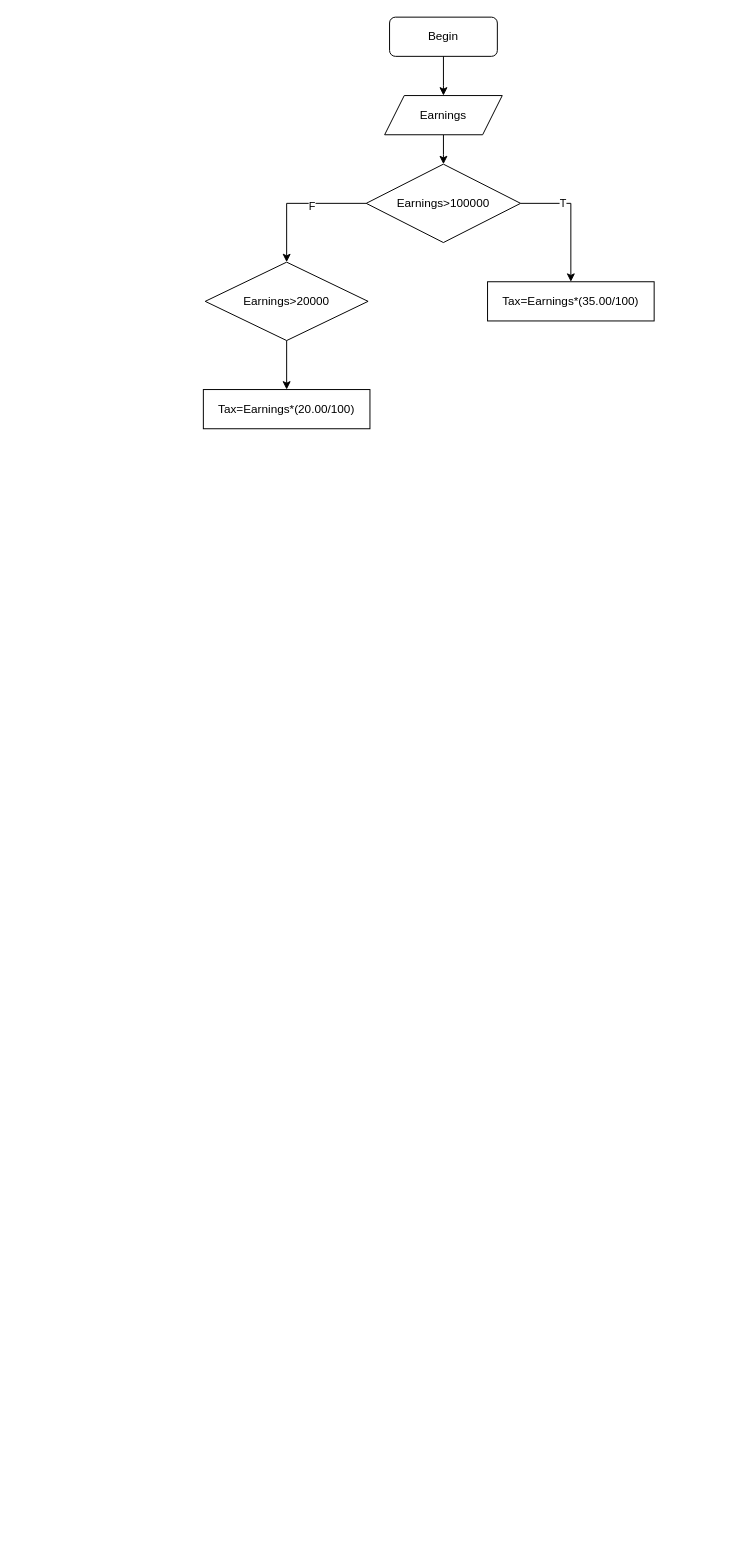
The draw.io diagram Assignment 5-Diagram.drawio in meetweb/web.github.io, before the edit. Source tidied: cells renumbered, new cells numbered last; positions are measured from the earlier drawing's top-left corner, leaving out a move shared by most shapes. Both pictures are drawn from the tidied source at 98%, with x=0, y=0 at pixel (203, 17).
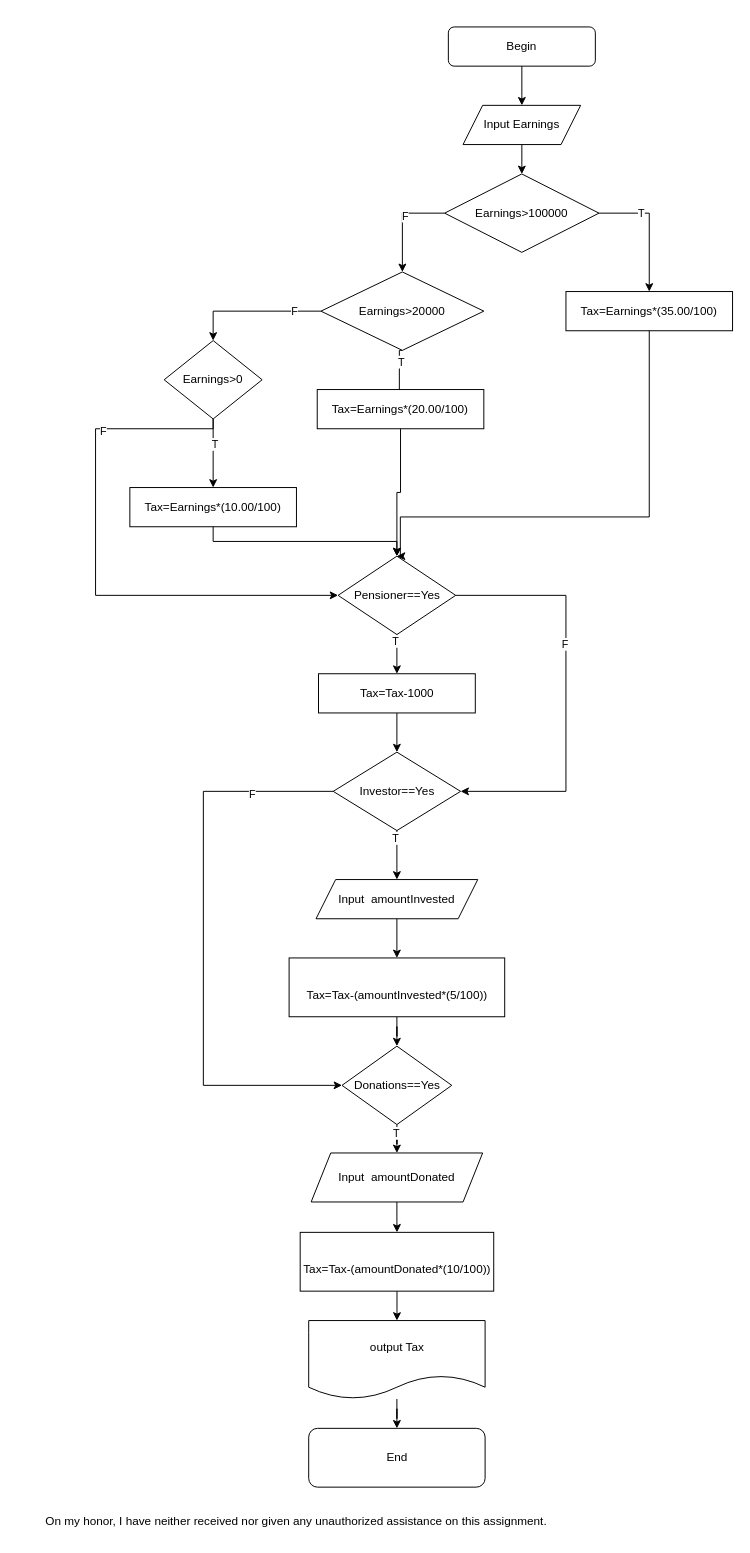
Above is the later version.

Change to the diagram source:
```diff
@@
     <mxCell id="2" value="Begin" style="rounded=1;whiteSpace=wrap;html=1;" parent="1" vertex="1">
-      <mxGeometry x="190" width="110" height="40" as="geometry" />
+      <mxGeometry x="250" y="10" width="150" height="40" as="geometry" />
     </mxCell>
@@
-    <mxCell id="4" value="&lt;span&gt;Earnings&lt;/span&gt;" style="shape=parallelogram;perimeter=parallelogramPerimeter;whiteSpace=wrap;html=1;fixedSize=1;" parent="1" vertex="1">
-      <mxGeometry x="185" y="80" width="120" height="40" as="geometry" />
+    <mxCell id="4" value="&lt;span&gt;Input Earnings&lt;/span&gt;" style="shape=parallelogram;perimeter=parallelogramPerimeter;whiteSpace=wrap;html=1;fixedSize=1;" parent="1" vertex="1">
+      <mxGeometry x="265" y="90" width="120" height="40" as="geometry" />
     </mxCell>
     <mxCell id="5" style="endArrow=classic;html=1;rounded=0;edgeStyle=orthogonalEdgeStyle;entryX=0.5;entryY=0;entryDx=0;entryDy=0;" parent="1" edge="1" source="2" target="4">
       <mxGeometry relative="1" as="geometry">
         <Array as="points">
-          <mxPoint x="245" y="70" />
-          <mxPoint x="245" y="70" />
+          <mxPoint x="325" y="80" />
+          <mxPoint x="325" y="80" />
         </Array>
       </mxGeometry>
     </mxCell>
@@
     <mxCell id="8" value="&lt;span&gt;Earnings&amp;gt;100000&lt;/span&gt;" style="rhombus;whiteSpace=wrap;html=1;" parent="1" vertex="1">
-      <mxGeometry x="166.2" y="150" width="157.5" height="80" as="geometry" />
+      <mxGeometry x="246.2" y="160" width="157.5" height="80" as="geometry" />
     </mxCell>
     <mxCell id="9" value="Tax=Earnings*(35.00/100)" style="rounded=0;whiteSpace=wrap;html=1;" parent="1" vertex="1">
-      <mxGeometry x="290" y="270" width="170" height="40" as="geometry" />
+      <mxGeometry x="370" y="280" width="170" height="40" as="geometry" />
     </mxCell>
-    <mxCell id="10" style="edgeStyle=orthogonalEdgeStyle;rounded=0;jettySize=auto;html=1;" parent="1" edge="1" source="11" target="14">
-      <mxGeometry relative="1" as="geometry" />
+    <mxCell id="10" style="edgeStyle=orthogonalEdgeStyle;rounded=0;jettySize=auto;html=1;exitX=0.5;exitY=1;exitDx=0;exitDy=0;entryX=0.5;entryY=0;entryDx=0;entryDy=0;" parent="1" edge="1" source="11" target="14">
+      <mxGeometry relative="1" as="geometry">
+        <Array as="points">
+          <mxPoint x="200" y="340" />
+          <mxPoint x="200" y="400" />
+        </Array>
+      </mxGeometry>
     </mxCell>
+    <mxCell id="15" value="T" style="edgeLabel;html=1;align=center;verticalAlign=middle;" parent="10" vertex="1">
+      <mxGeometry x="-0.65" y="1" relative="1" as="geometry" />
+    </mxCell>
     <mxCell id="11" value="&lt;span&gt;Earnings&amp;gt;20000&lt;/span&gt;" style="rhombus;whiteSpace=wrap;html=1;" parent="1" vertex="1">
-      <mxGeometry x="1.9" y="250" width="166.2" height="80" as="geometry" />
+      <mxGeometry x="120" y="260" width="166.2" height="80" as="geometry" />
     </mxCell>
@@
     <mxCell id="14" value="Tax=Earnings*(20.00/100)" style="rounded=0;whiteSpace=wrap;html=1;" parent="1" vertex="1">
-      <mxGeometry y="380" width="170" height="40" as="geometry" />
+      <mxGeometry x="116.2" y="380" width="170" height="40" as="geometry" />
     </mxCell>
+    <mxCell id="16" style="edgeStyle=orthogonalEdgeStyle;rounded=0;jettySize=auto;html=1;" parent="1" edge="1" source="18" target="21">
+      <mxGeometry relative="1" as="geometry" />
+    </mxCell>
+    <mxCell id="17" value="T" style="edgeLabel;html=1;align=center;verticalAlign=middle;" parent="16" vertex="1">
+      <mxGeometry x="-0.28" y="1" relative="1" as="geometry" />
+    </mxCell>
+    <mxCell id="18" value="&lt;span&gt;Earnings&amp;gt;0&lt;/span&gt;" style="rhombus;whiteSpace=wrap;html=1;" parent="1" vertex="1">
+      <mxGeometry x="-40" y="330" width="100" height="80" as="geometry" />
+    </mxCell>
+    <mxCell id="19" style="endArrow=classic;html=1;rounded=0;edgeStyle=orthogonalEdgeStyle;entryX=0.5;entryY=0;entryDx=0;entryDy=0;exitX=0;exitY=0.5;exitDx=0;exitDy=0;" parent="1" edge="1" source="11" target="18">
+      <mxGeometry relative="1" as="geometry" />
+    </mxCell>
+    <mxCell id="20" value="F" style="edgeLabel;html=1;align=center;verticalAlign=middle;" parent="19" vertex="1">
+      <mxGeometry x="-0.6" y="-1" relative="1" as="geometry" />
+    </mxCell>
+    <mxCell id="21" value="Tax=Earnings*(10.00/100)" style="rounded=0;whiteSpace=wrap;html=1;" parent="1" vertex="1">
+      <mxGeometry x="-75" y="480" width="170" height="40" as="geometry" />
+    </mxCell>
+    <mxCell id="22" style="edgeStyle=orthogonalEdgeStyle;rounded=0;jettySize=auto;html=1;" parent="1" edge="1" source="24" target="31">
+      <mxGeometry relative="1" as="geometry" />
+    </mxCell>
+    <mxCell id="23" value="T" style="edgeLabel;html=1;align=center;verticalAlign=middle;" parent="22" vertex="1">
+      <mxGeometry x="-0.72" y="-2" relative="1" as="geometry" />
+    </mxCell>
+    <mxCell id="24" value="Pensioner==Yes" style="rhombus;whiteSpace=wrap;html=1;" parent="1" vertex="1">
+      <mxGeometry x="137.5" y="550" width="120" height="80" as="geometry" />
+    </mxCell>
+    <mxCell id="25" style="endArrow=classic;html=1;rounded=0;edgeStyle=orthogonalEdgeStyle;exitX=0.5;exitY=1;exitDx=0;exitDy=0;entryX=0.5;entryY=0;entryDx=0;entryDy=0;" parent="1" edge="1" source="21" target="24">
+      <mxGeometry relative="1" as="geometry" />
+    </mxCell>
+    <mxCell id="26" style="endArrow=classic;html=1;rounded=0;edgeStyle=orthogonalEdgeStyle;exitX=0.5;exitY=1;exitDx=0;exitDy=0;entryX=0.5;entryY=0;entryDx=0;entryDy=0;" parent="1" edge="1" source="9" target="24">
+      <mxGeometry relative="1" as="geometry">
+        <Array as="points">
+          <mxPoint x="455" y="510" />
+          <mxPoint x="201" y="510" />
+          <mxPoint x="201" y="550" />
+        </Array>
+      </mxGeometry>
+    </mxCell>
+    <mxCell id="27" style="endArrow=classic;html=1;rounded=0;edgeStyle=orthogonalEdgeStyle;exitX=0.5;exitY=1;exitDx=0;exitDy=0;entryX=0.5;entryY=0;entryDx=0;entryDy=0;" parent="1" edge="1" source="14" target="24">
+      <mxGeometry relative="1" as="geometry" />
+    </mxCell>
+    <mxCell id="28" style="endArrow=classic;html=1;rounded=0;edgeStyle=orthogonalEdgeStyle;entryX=0;entryY=0.5;entryDx=0;entryDy=0;" parent="1" edge="1" source="18" target="24">
+      <mxGeometry relative="1" as="geometry">
+        <Array as="points">
+          <mxPoint x="10" y="420" />
+          <mxPoint x="-110" y="420" />
+          <mxPoint x="-110" y="590" />
+        </Array>
+      </mxGeometry>
+    </mxCell>
+    <mxCell id="29" value="F" style="edgeLabel;html=1;align=center;verticalAlign=middle;" parent="28" vertex="1">
+      <mxGeometry x="-0.55" y="2" relative="1" as="geometry" />
+    </mxCell>
+    <mxCell id="30" style="edgeStyle=orthogonalEdgeStyle;rounded=0;jettySize=auto;html=1;" parent="1" edge="1" source="31" target="32">
+      <mxGeometry relative="1" as="geometry" />
+    </mxCell>
+    <mxCell id="31" value="Tax=Tax-1000" style="rounded=0;whiteSpace=wrap;html=1;" parent="1" vertex="1">
+      <mxGeometry x="117.5" y="670" width="160" height="40" as="geometry" />
+    </mxCell>
+    <mxCell id="32" value="Investor==Yes" style="rhombus;whiteSpace=wrap;html=1;" parent="1" vertex="1">
+      <mxGeometry x="132.5" y="750" width="130" height="80" as="geometry" />
+    </mxCell>
+    <mxCell id="33" style="edgeStyle=orthogonalEdgeStyle;rounded=0;jettySize=auto;html=1;" parent="1" edge="1" source="34" target="41">
+      <mxGeometry relative="1" as="geometry" />
+    </mxCell>
+    <mxCell id="34" value="&lt;br&gt;Tax=Tax-(amountInvested*(5/100))" style="rounded=0;whiteSpace=wrap;html=1;" parent="1" vertex="1">
+      <mxGeometry x="87.5" y="960" width="220" height="60" as="geometry" />
+    </mxCell>
+    <mxCell id="35" style="edgeStyle=orthogonalEdgeStyle;rounded=0;jettySize=auto;html=1;" parent="1" edge="1" source="36" target="34">
+      <mxGeometry relative="1" as="geometry" />
+    </mxCell>
+    <mxCell id="36" value="Input&amp;nbsp;&amp;nbsp;amountInvested" style="shape=parallelogram;perimeter=parallelogramPerimeter;whiteSpace=wrap;html=1;fixedSize=1;" parent="1" vertex="1">
+      <mxGeometry x="115" y="880" width="165" height="40" as="geometry" />
+    </mxCell>
+    <mxCell id="37" style="endArrow=classic;html=1;rounded=0;edgeStyle=orthogonalEdgeStyle;exitX=0.5;exitY=1;exitDx=0;exitDy=0;" parent="1" edge="1" source="32" target="36">
+      <mxGeometry relative="1" as="geometry" />
+    </mxCell>
+    <mxCell id="38" value="T" style="edgeLabel;html=1;align=center;verticalAlign=middle;" parent="37" vertex="1">
+      <mxGeometry x="-0.74" y="-2" relative="1" as="geometry" />
+    </mxCell>
+    <mxCell id="39" style="edgeStyle=orthogonalEdgeStyle;rounded=0;jettySize=auto;html=1;" parent="1" edge="1" source="41" target="47">
+      <mxGeometry relative="1" as="geometry" />
+    </mxCell>
+    <mxCell id="40" value="T" style="edgeLabel;html=1;align=center;verticalAlign=middle;" parent="39" vertex="1">
+      <mxGeometry x="-0.68" y="-1" relative="1" as="geometry" />
+    </mxCell>
+    <mxCell id="41" value="Donations==Yes" style="rhombus;whiteSpace=wrap;html=1;" parent="1" vertex="1">
+      <mxGeometry x="141.5" y="1050" width="112" height="80" as="geometry" />
+    </mxCell>
+    <mxCell id="42" style="endArrow=classic;html=1;rounded=0;edgeStyle=orthogonalEdgeStyle;exitX=1;exitY=0.5;exitDx=0;exitDy=0;entryX=1;entryY=0.5;entryDx=0;entryDy=0;" parent="1" edge="1" source="24" target="32">
+      <mxGeometry relative="1" as="geometry">
+        <Array as="points">
+          <mxPoint x="370" y="590" />
+          <mxPoint x="370" y="790" />
+        </Array>
+      </mxGeometry>
+    </mxCell>
+    <mxCell id="43" value="F" style="edgeLabel;html=1;align=center;verticalAlign=middle;" parent="42" vertex="1">
+      <mxGeometry x="-0.23" y="-2" relative="1" as="geometry" />
+    </mxCell>
+    <mxCell id="44" style="endArrow=classic;html=1;rounded=0;edgeStyle=orthogonalEdgeStyle;exitX=0;exitY=0.5;exitDx=0;exitDy=0;entryX=0;entryY=0.5;entryDx=0;entryDy=0;" parent="1" edge="1" source="32" target="41">
+      <mxGeometry relative="1" as="geometry">
+        <Array as="points">
+          <mxPoint y="790" />
+          <mxPoint y="1090" />
+        </Array>
+      </mxGeometry>
+    </mxCell>
+    <mxCell id="45" value="F" style="edgeLabel;html=1;align=center;verticalAlign=middle;" parent="44" vertex="1">
+      <mxGeometry x="-0.71" y="2" relative="1" as="geometry" />
+    </mxCell>
+    <mxCell id="46" style="edgeStyle=orthogonalEdgeStyle;rounded=0;jettySize=auto;html=1;" parent="1" edge="1" source="47" target="49">
+      <mxGeometry relative="1" as="geometry" />
+    </mxCell>
+    <mxCell id="47" value="Input&amp;nbsp;&amp;nbsp;amountDonated" style="shape=parallelogram;perimeter=parallelogramPerimeter;whiteSpace=wrap;html=1;fixedSize=1;" parent="1" vertex="1">
+      <mxGeometry x="110" y="1159" width="175" height="50" as="geometry" />
+    </mxCell>
+    <mxCell id="48" style="edgeStyle=orthogonalEdgeStyle;rounded=0;jettySize=auto;html=1;" parent="1" edge="1" source="49" target="51">
+      <mxGeometry relative="1" as="geometry" />
+    </mxCell>
+    <mxCell id="49" value="&lt;br&gt;&lt;span&gt;Tax=Tax-(&lt;/span&gt;amountDonated&lt;span&gt;*(10/100))&lt;/span&gt;" style="rounded=0;whiteSpace=wrap;html=1;" parent="1" vertex="1">
+      <mxGeometry x="98.8" y="1240" width="197.5" height="60" as="geometry" />
+    </mxCell>
+    <mxCell id="50" style="edgeStyle=orthogonalEdgeStyle;rounded=0;jettySize=auto;html=1;" parent="1" edge="1" source="51" target="52">
+      <mxGeometry relative="1" as="geometry" />
+    </mxCell>
+    <mxCell id="51" value="output Tax" style="shape=document;whiteSpace=wrap;html=1;boundedLbl=1;" parent="1" vertex="1">
+      <mxGeometry x="107.5" y="1330" width="180" height="80" as="geometry" />
+    </mxCell>
+    <mxCell id="52" value="End" style="rounded=1;whiteSpace=wrap;html=1;" parent="1" vertex="1">
+      <mxGeometry x="107.5" y="1440" width="180" height="60" as="geometry" />
+    </mxCell>
+    <mxCell id="53" value="On my honor, I have neither received nor given any unauthorized assistance on this assignment." style="text;html=1;strokeColor=none;fillColor=none;align=center;verticalAlign=middle;whiteSpace=wrap;rounded=0;" parent="1" vertex="1">
+      <mxGeometry x="-190" y="1520" width="570" height="30" as="geometry" />
+    </mxCell>
```
